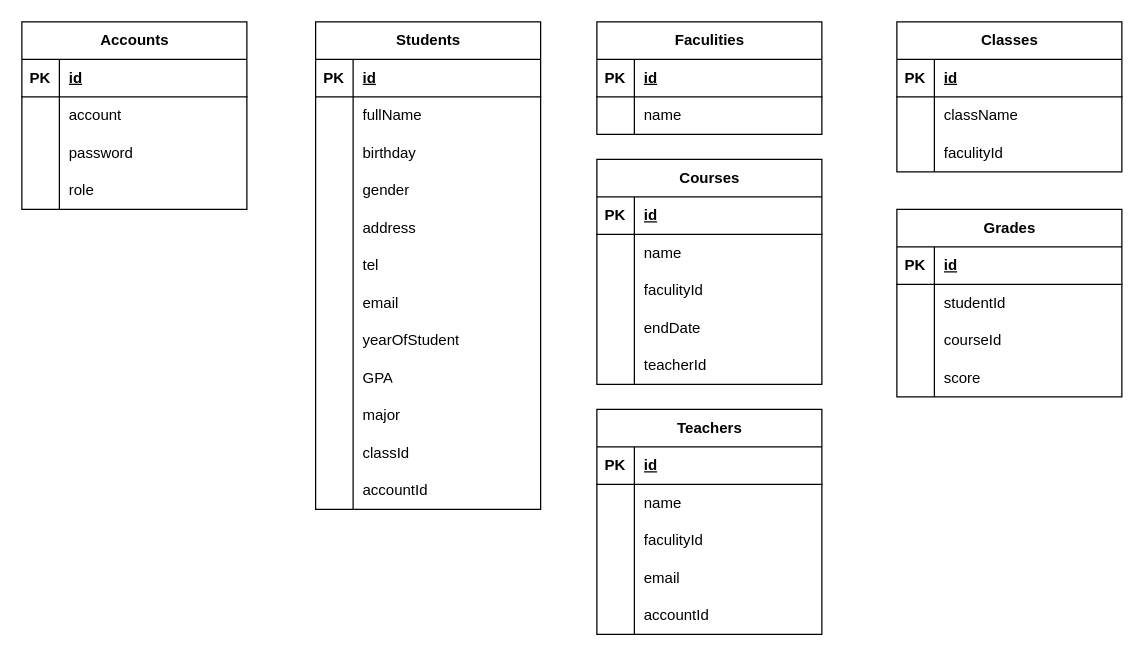
Above: BaiTH4/database/DatabaseDiagram.drawio in 9ian9/THLTM (draw.io), before the change. Source tidied: cells renumbered, new cells numbered last; positions are measured from the earlier drawing's top-left corner, leaving out a move shared by most shapes. Both pictures are drawn from the tidied source at 125%, with x=0, y=0 at pixel (21, 21).
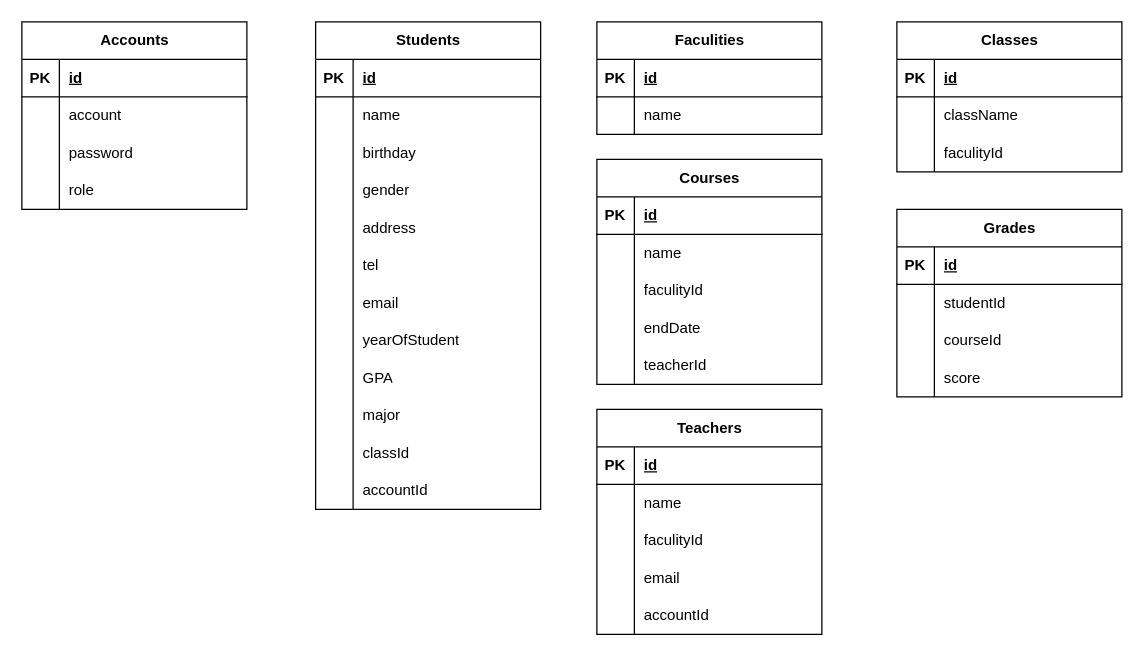
The same page after the edit.

Unchanged cells that the change refers to:
```xml
<mxCell id="6" style="shape=tableRow;horizontal=0;startSize=0;swimlaneHead=0;swimlaneBody=0;fillColor=none;top=0;left=0;right=0;bottom=0;" parent="2" vertex="1">
  <mxGeometry y="60" width="180" height="30" as="geometry" />
</mxCell>
```

The edit, as a diff of the source:
```diff
@@
-    <mxCell id="8" value="fullName" style="shape=partialRectangle;fillColor=none;top=0;left=0;bottom=0;right=0;align=left;spacingLeft=6;overflow=hidden;whiteSpace=wrap;html=1;" parent="6" vertex="1">
+    <mxCell id="8" value="name" style="shape=partialRectangle;fillColor=none;top=0;left=0;bottom=0;right=0;align=left;spacingLeft=6;overflow=hidden;whiteSpace=wrap;html=1;" parent="6" vertex="1">
       <mxGeometry x="30" width="150" height="30" as="geometry" />
     </mxCell>
```
